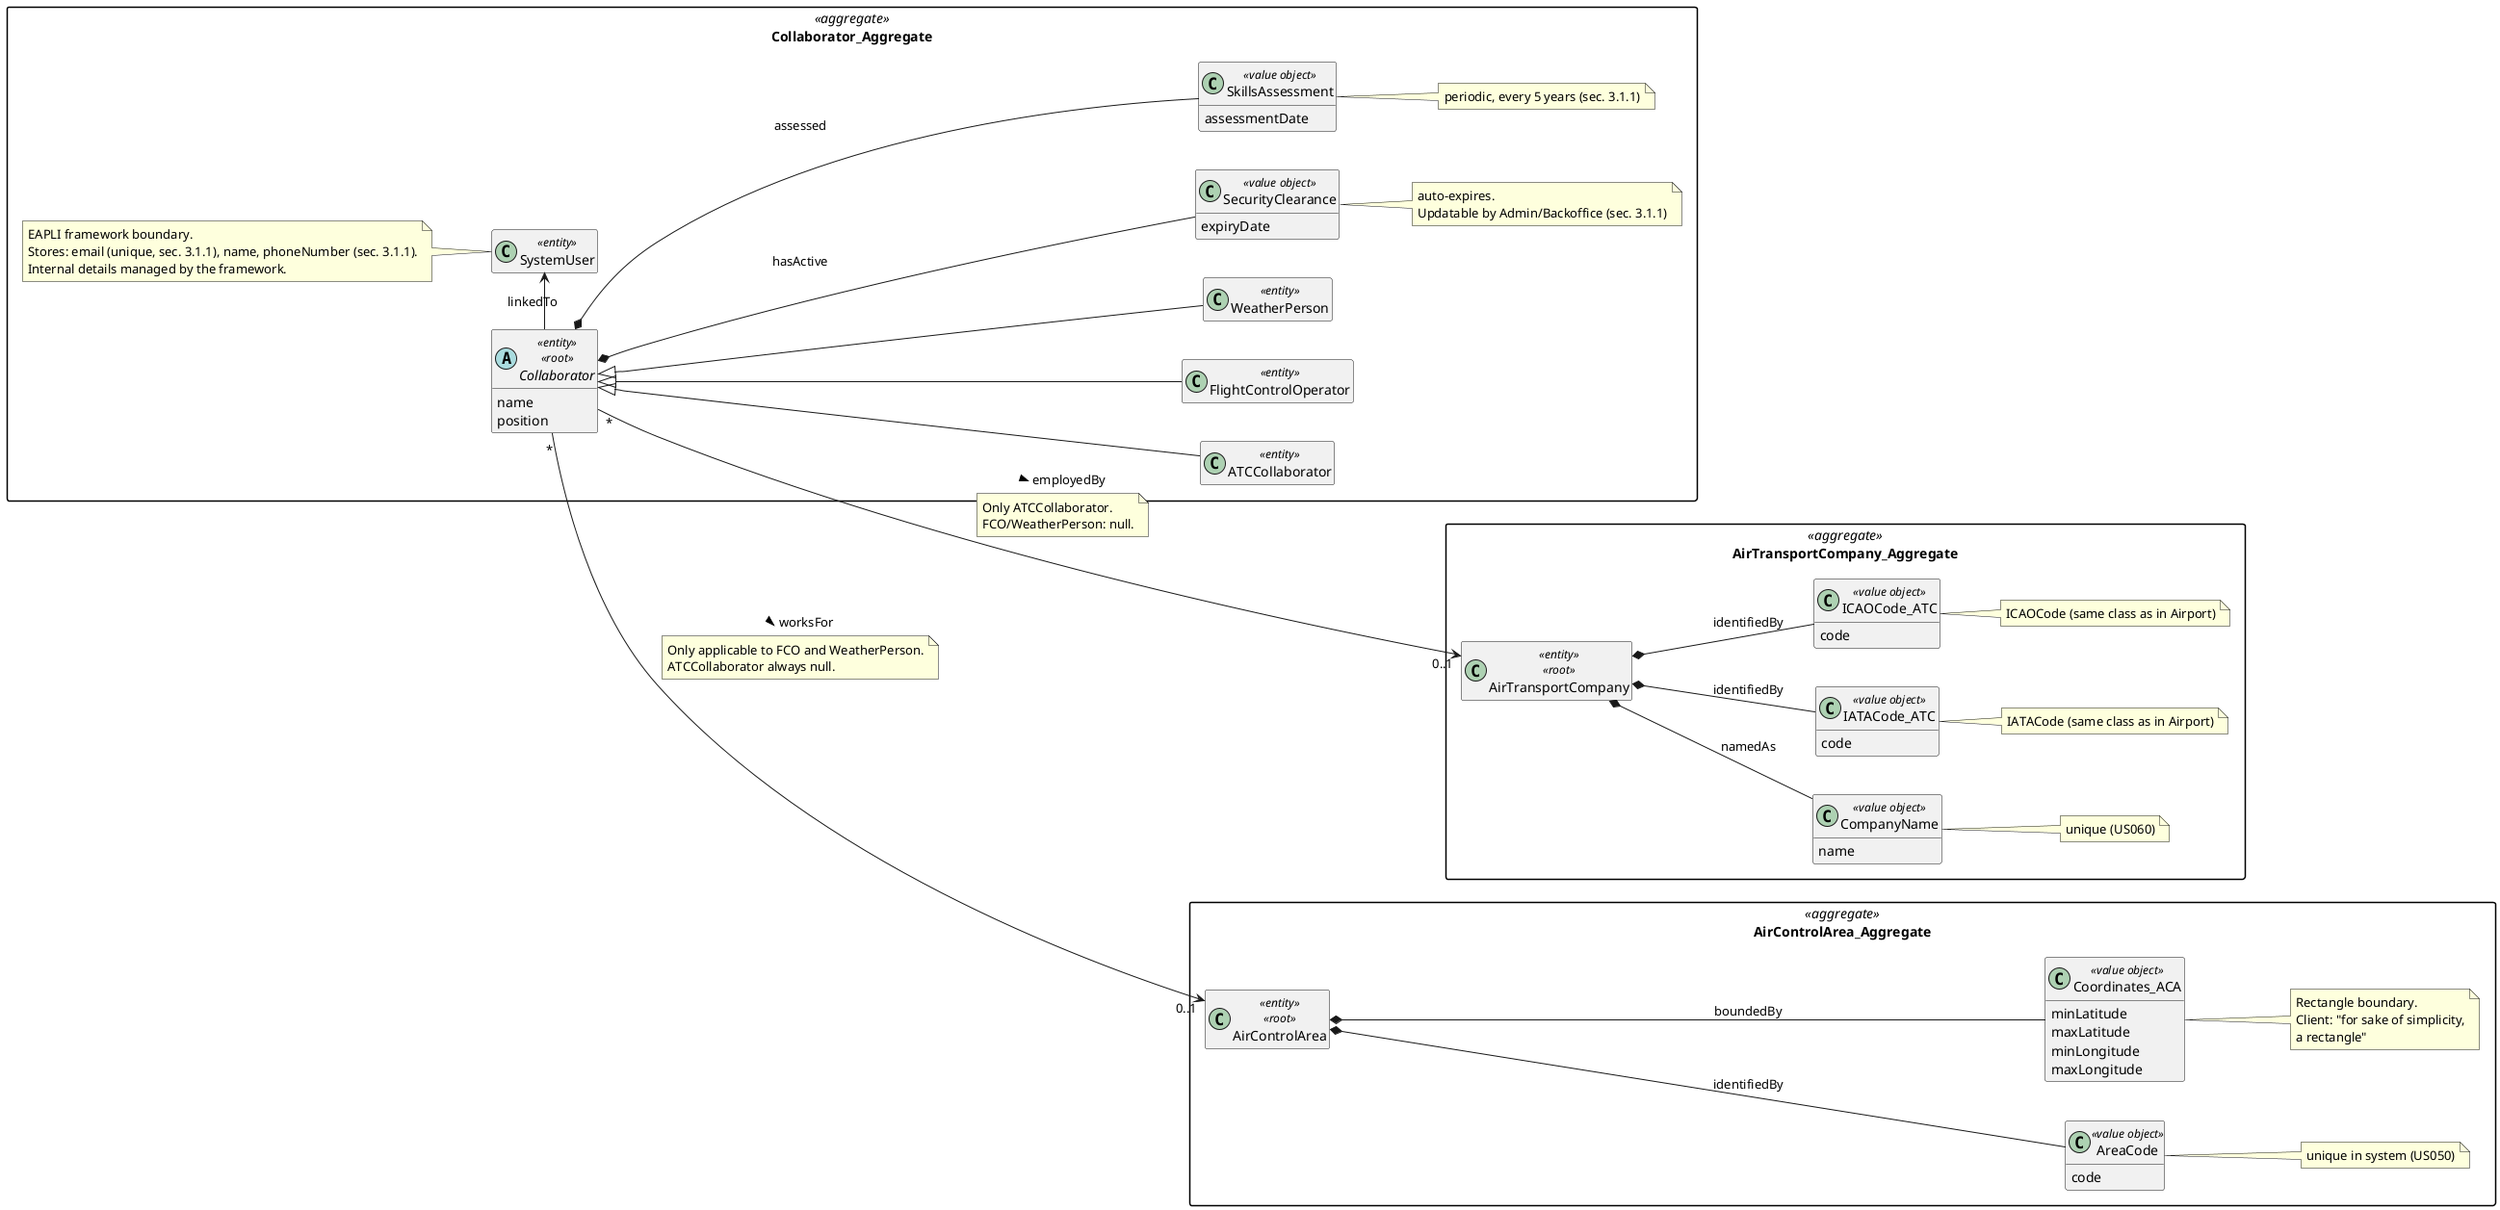
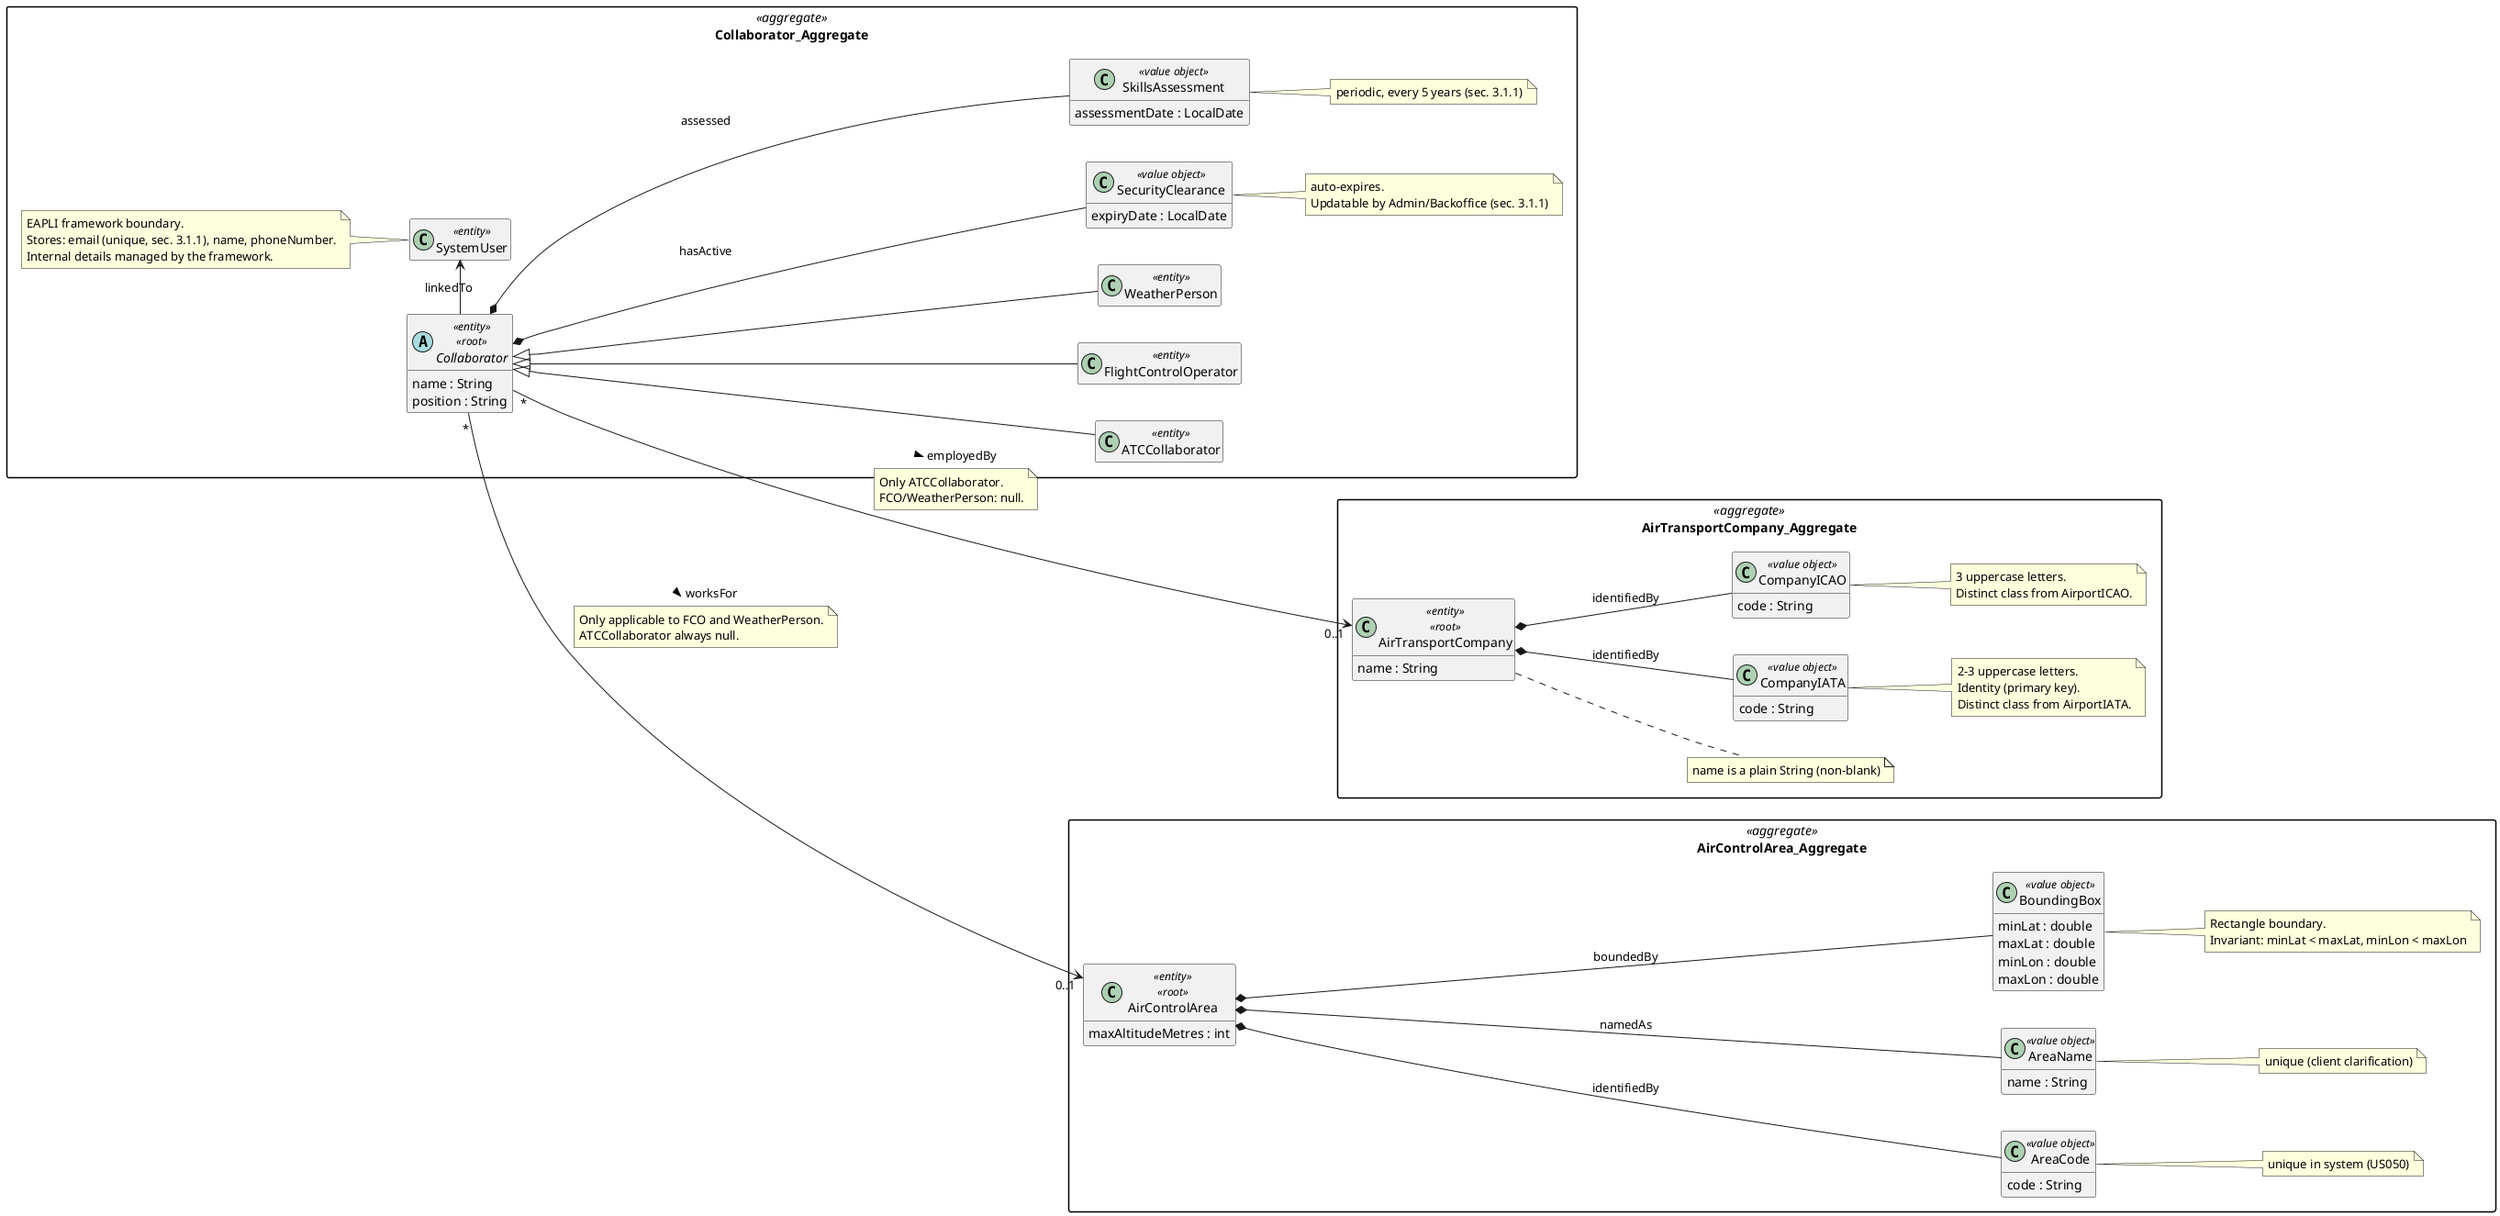
@startuml collaborator_aggregate
left to right direction
skinparam packageStyle rectangle
skinparam nodesep 40
skinparam ranksep 60
hide empty members

package "AirTransportCompany_Aggregate" <<aggregate>> {
  class AirTransportCompany <<entity>> <<root>> {
+     name : String
  }
-   class CompanyName <<value object>> {
-     name
+   note right of AirTransportCompany : name is a plain String (non-blank)
+   class CompanyIATA <<value object>> {
+     code : String
  }
-   note right of CompanyName : unique (US060)
-   class IATACode_ATC <<value object>> {
-     code
+   note right of CompanyIATA : 2-3 uppercase letters.\nIdentity (primary key).\nDistinct class from AirportIATA.
+   class CompanyICAO <<value object>> {
+     code : String
  }
-   class ICAOCode_ATC <<value object>> {
-     code
-   }
-   note right of IATACode_ATC : IATACode (same class as in Airport)
-   note right of ICAOCode_ATC : ICAOCode (same class as in Airport)
-   AirTransportCompany *-- CompanyName : namedAs
-   AirTransportCompany *-- IATACode_ATC : identifiedBy
-   AirTransportCompany *-- ICAOCode_ATC : identifiedBy
+   note right of CompanyICAO : 3 uppercase letters.\nDistinct class from AirportICAO.
+   AirTransportCompany *-- CompanyIATA : identifiedBy
+   AirTransportCompany *-- CompanyICAO : identifiedBy
}

package "AirControlArea_Aggregate" <<aggregate>> {
  class AirControlArea <<entity>> <<root>> {
+     maxAltitudeMetres : int
  }
  class AreaCode <<value object>> {
-     code
+     code : String
  }
  note right of AreaCode : unique in system (US050)
-   class Coordinates_ACA <<value object>> {
-     minLatitude
-     maxLatitude
-     minLongitude
-     maxLongitude
+   class AreaName <<value object>> {
+     name : String
  }
-   note right of Coordinates_ACA : Rectangle boundary.\nClient: "for sake of simplicity,\na rectangle"
+   note right of AreaName : unique (client clarification)
+   class BoundingBox <<value object>> {
+     minLat : double
+     maxLat : double
+     minLon : double
+     maxLon : double
+   }
+   note right of BoundingBox : Rectangle boundary.\nInvariant: minLat < maxLat, minLon < maxLon

  AirControlArea *---- AreaCode : identifiedBy
-   AirControlArea *---- Coordinates_ACA : boundedBy
+   AirControlArea *---- AreaName : namedAs
+   AirControlArea *---- BoundingBox : boundedBy
}

package "Collaborator_Aggregate" <<aggregate>> {
  abstract class Collaborator <<entity>> <<root>> {
-     name
-     position
+     name : String
+     position : String
  }

  class ATCCollaborator <<entity>> {
  }
  class FlightControlOperator <<entity>> {
  }
  class WeatherPerson <<entity>> {
  }
  class SecurityClearance <<value object>> {
-     expiryDate
+     expiryDate : LocalDate
  }
  note right of SecurityClearance : auto-expires.\nUpdatable by Admin/Backoffice (sec. 3.1.1)
  class SkillsAssessment <<value object>> {
-     assessmentDate
+     assessmentDate : LocalDate
  }
  note right of SkillsAssessment : periodic, every 5 years (sec. 3.1.1)
  class SystemUser <<entity>> {
  }
-   note left of SystemUser : EAPLI framework boundary.\nStores: email (unique, sec. 3.1.1), name, phoneNumber (sec. 3.1.1).\nInternal details managed by the framework.
+   note left of SystemUser : EAPLI framework boundary.\nStores: email (unique, sec. 3.1.1), name, phoneNumber.\nInternal details managed by the framework.
  Collaborator <|--- ATCCollaborator
  Collaborator <|--- FlightControlOperator
  Collaborator <|--- WeatherPerson
  Collaborator *--- SecurityClearance : hasActive
  Collaborator *--- SkillsAssessment : assessed
  Collaborator -> SystemUser : linkedTo
}


Collaborator "*" ----> "0..1" AirTransportCompany: employedBy >
note on link : Only ATCCollaborator.\nFCO/WeatherPerson: null.

Collaborator "*" ---> "0..1" AirControlArea : worksFor >
note on link : Only applicable to FCO and WeatherPerson.\nATCCollaborator always null.


- @enduml+ @enduml
